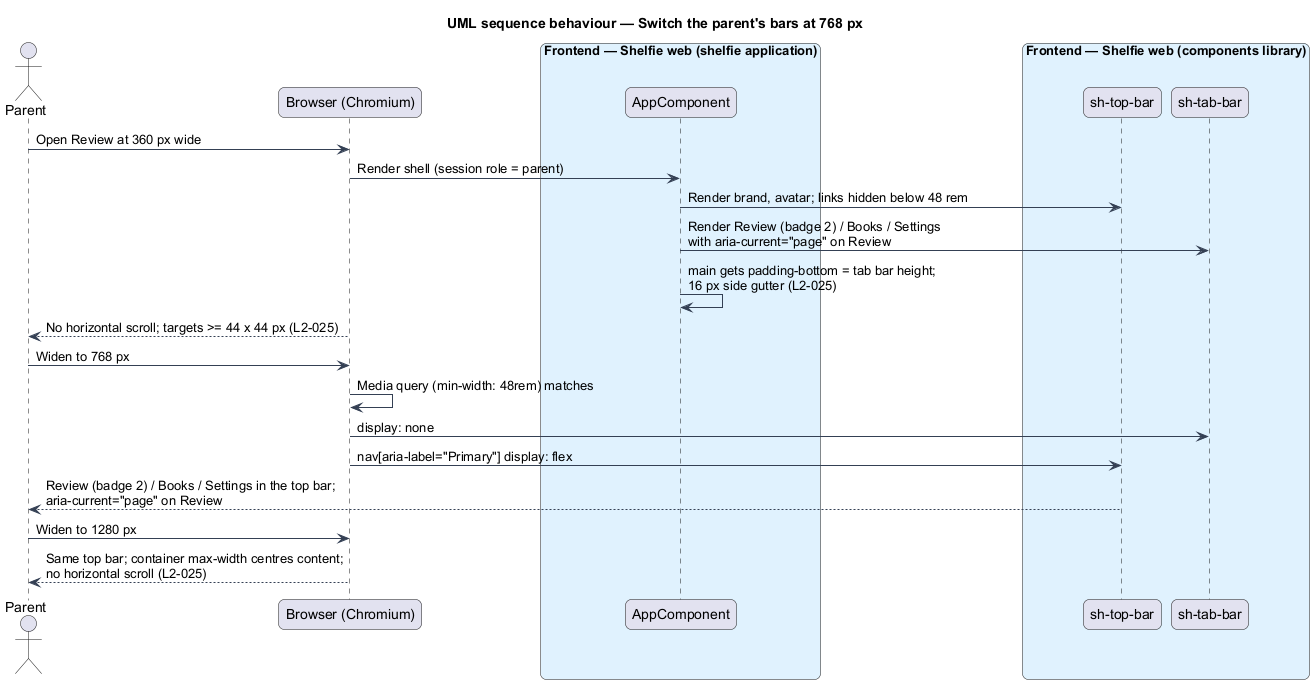
QuinntyneBrown/shelfie keeps this PlantUML diagram as docs/detailed-designs/shell/navigate-shell/diagrams/sequence-responsive-bar-switch.png. Above is the earlier version. Its diagram source:
```plantuml
@startuml
title UML sequence behaviour — Switch the parent's bars at 768 px
skinparam backgroundColor #FFFFFF
skinparam shadowing false
skinparam roundcorner 12
skinparam defaultFontName Arial
skinparam ArrowColor #344054
skinparam rectangle {
  BorderColor #344054
  FontColor #101828
}
skinparam package {
  BorderColor #667085
  FontColor #101828
  BackgroundColor #F9FAFB
}
actor "Parent" as user
participant "Browser (Chromium)" as browser
box "Frontend — Shelfie web (shelfie application)" #E0F2FE
  participant "AppComponent" as app
end box
box "Frontend — Shelfie web (components library)" #E0F2FE
  participant "sh-top-bar" as topBar
  participant "sh-tab-bar" as tabBar
end box

user -> browser : Open Review at 360 px wide
browser -> app : Render shell (session role = parent)
app -> topBar : Render brand, avatar; links hidden below 48 rem
app -> tabBar : Render Review (badge 2) / Books / Settings\nwith aria-current="page" on Review
app -> app : main gets padding-bottom = tab bar height;\n16 px side gutter (L2-025)
browser --> user : No horizontal scroll; targets >= 44 x 44 px (L2-025)
user -> browser : Widen to 768 px
browser -> browser : Media query (min-width: 48rem) matches
browser -> tabBar : display: none
browser -> topBar : nav[aria-label="Primary"] display: flex
topBar --> user : Review (badge 2) / Books / Settings in the top bar;\naria-current="page" on Review
user -> browser : Widen to 1280 px
browser --> user : Same top bar; container max-width centres content;\nno horizontal scroll (L2-025)
@enduml
```
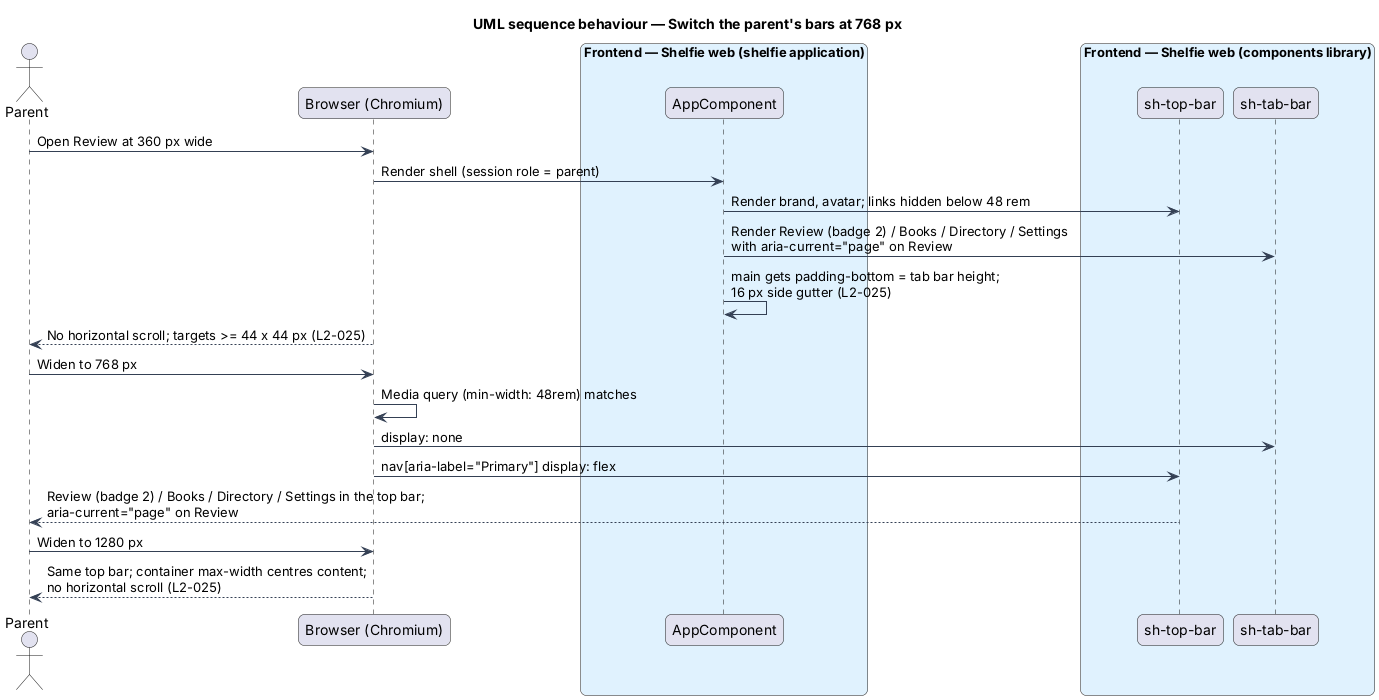
Above is the later version.

Change to the diagram source:
```diff
@@ -27,14 +27,14 @@
 user -> browser : Open Review at 360 px wide
 browser -> app : Render shell (session role = parent)
 app -> topBar : Render brand, avatar; links hidden below 48 rem
-app -> tabBar : Render Review (badge 2) / Books / Settings\nwith aria-current="page" on Review
+app -> tabBar : Render Review (badge 2) / Books / Directory / Settings\nwith aria-current="page" on Review
 app -> app : main gets padding-bottom = tab bar height;\n16 px side gutter (L2-025)
 browser --> user : No horizontal scroll; targets >= 44 x 44 px (L2-025)
 user -> browser : Widen to 768 px
 browser -> browser : Media query (min-width: 48rem) matches
 browser -> tabBar : display: none
 browser -> topBar : nav[aria-label="Primary"] display: flex
-topBar --> user : Review (badge 2) / Books / Settings in the top bar;\naria-current="page" on Review
+topBar --> user : Review (badge 2) / Books / Directory / Settings in the top bar;\naria-current="page" on Review
 user -> browser : Widen to 1280 px
 browser --> user : Same top bar; container max-width centres content;\nno horizontal scroll (L2-025)
 @enduml
```
